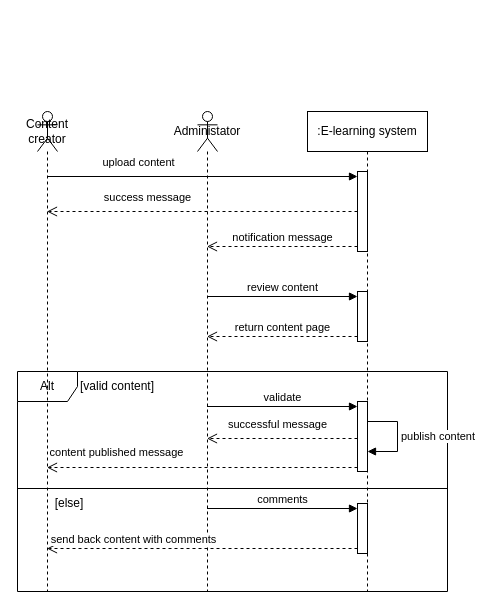
Above: Review content by admin.drawio in kingshowa/PFE_E-learning (draw.io), before the change. Source tidied: cells renumbered, new cells numbered last; positions are measured from the earlier drawing's top-left corner, leaving out a move shared by most shapes. Both pictures are drawn from the tidied source at 100%, with x=0, y=0 at pixel (17, 111).
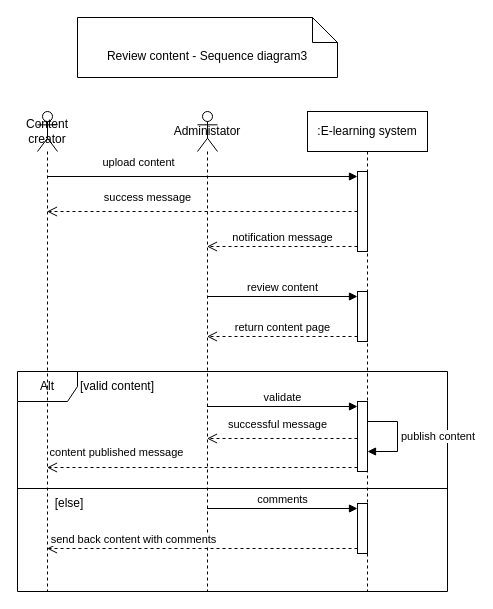
The same diagram, later.

Change to the diagram source:
```diff
@@
+    <mxCell id="24" value="Review content - Sequence diagram3" style="shape=note2;boundedLbl=1;whiteSpace=wrap;html=1;size=25;verticalAlign=top;align=center;" parent="1" vertex="1">
+      <mxGeometry x="60" y="-94" width="260" height="60" as="geometry" />
+    </mxCell>
```
